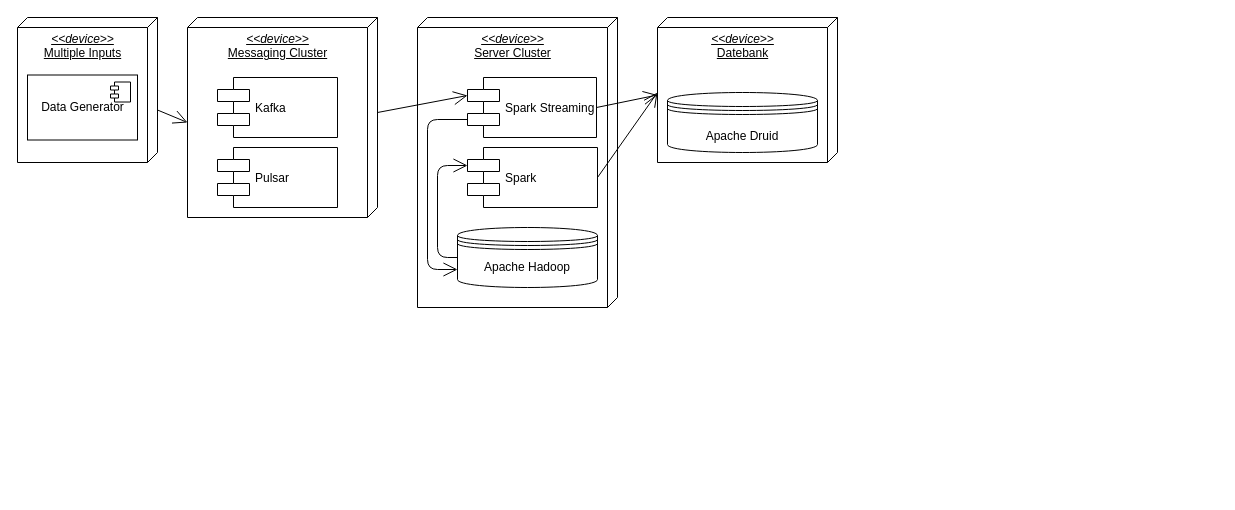
Akardian/lambda-architecture-for-distributed-mobile-sensor keeps this draw.io diagram as images/xml/DeployUMLA.drawio. Above is the earlier version. Source tidied: cells renumbered, new cells numbered last; positions are measured from the earlier drawing's top-left corner, leaving out a move shared by most shapes. Both pictures are drawn from the tidied source at 100%, with x=0, y=0 at pixel (17, 17).
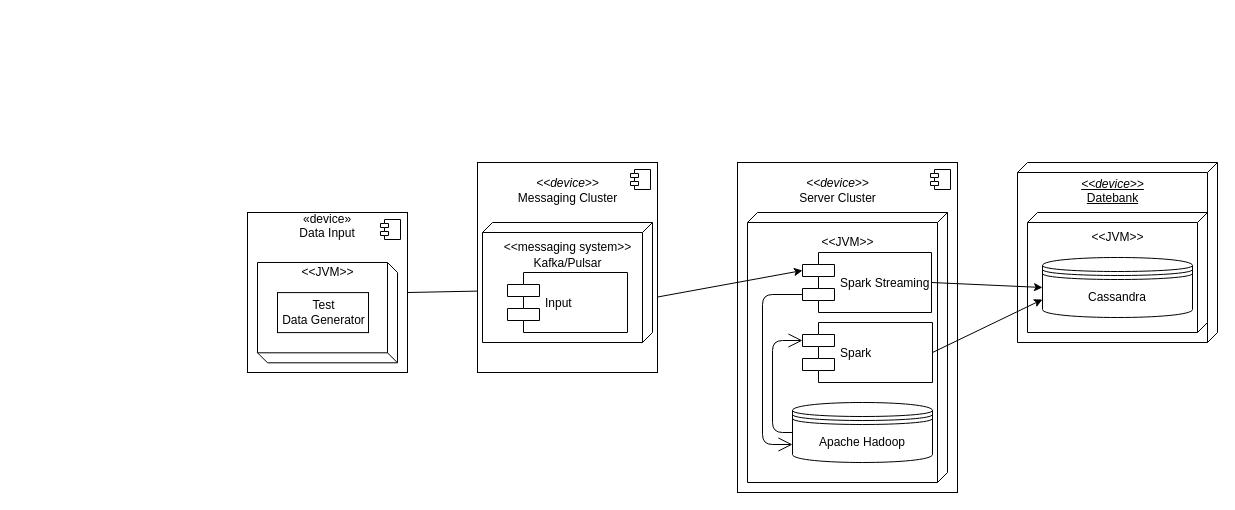
After the change.

Change to the diagram source:
```diff
@@
-    <mxCell id="2" value="&lt;div align=&quot;center&quot;&gt;&lt;i&gt;&amp;lt;&amp;lt;device&amp;gt;&amp;gt;&lt;/i&gt;&lt;/div&gt;&lt;div align=&quot;center&quot;&gt;Messaging Cluster&lt;br&gt;&lt;/div&gt;" style="verticalAlign=top;align=center;spacingTop=8;spacingLeft=2;spacingRight=12;shape=cube;size=10;direction=south;fontStyle=4;html=1;" parent="1" vertex="1">
-      <mxGeometry x="170" width="190" height="200" as="geometry" />
-    </mxCell>
-    <mxCell id="3" value="Kafka" style="shape=component;align=left;spacingLeft=36;" parent="1" vertex="1">
-      <mxGeometry x="200" y="60" width="120" height="60" as="geometry" />
-    </mxCell>
-    <mxCell id="4" value="Pulsar" style="shape=component;align=left;spacingLeft=36;" parent="1" vertex="1">
-      <mxGeometry x="200" y="130" width="120" height="60" as="geometry" />
-    </mxCell>
+    <mxCell id="20" style="group;" parent="1" vertex="1">
+      <mxGeometry x="230" y="195" width="160" height="160" as="geometry" />
+    </mxCell>
+    <mxCell id="21" style="group;" parent="20" vertex="1">
+      <mxGeometry width="160" height="160" as="geometry" />
+    </mxCell>
+    <mxCell id="22" style="html=1;align=center;" parent="21" vertex="1">
+      <mxGeometry width="160" height="160" as="geometry" />
+    </mxCell>
+    <mxCell id="16" style="verticalAlign=top;align=center;spacingTop=8;spacingLeft=2;spacingRight=12;shape=cube;size=10;direction=west;fontStyle=4;html=1;" parent="22" vertex="1">
+      <mxGeometry x="10" y="50" width="140" height="100.3" as="geometry" />
+    </mxCell>
+    <mxCell id="23" style="shape=component;jettyWidth=8;jettyHeight=4;" parent="22" vertex="1">
+      <mxGeometry x="1" width="20" height="20" relative="1" as="geometry">
+        <mxPoint x="-27" y="7" as="offset" />
+      </mxGeometry>
+    </mxCell>
+    <mxCell id="24" value="&amp;lt;&amp;lt;JVM&amp;gt;&amp;gt;" style="text;html=1;align=center;verticalAlign=middle;" parent="22" vertex="1">
+      <mxGeometry x="50" y="50" width="60" height="20" as="geometry" />
+    </mxCell>
+    <mxCell id="25" value="&lt;div&gt;Test &lt;br&gt;&lt;/div&gt;&lt;div&gt;Data Generator&lt;/div&gt;" style="html=1;" parent="22" vertex="1">
+      <mxGeometry x="30" y="80.1" width="91" height="40" as="geometry" />
+    </mxCell>
+    <mxCell id="26" value="«device»&#10;Data Input" style="text;align=center;fontStyle=0;verticalAlign=middle;spacingLeft=3;spacingRight=3;strokeColor=none;" parent="21" vertex="1">
+      <mxGeometry x="30.8" y="5.7" width="98.5" height="14.9" as="geometry" />
+    </mxCell>
+    <mxCell id="27" style="endArrow=none;html=1;exitX=1;exitY=0.5;exitDx=0;exitDy=0;entryX=0;entryY=0.3;entryDx=0;entryDy=0;" parent="1" edge="1" source="22" target="3">
+      <mxGeometry relative="1" as="geometry" />
+    </mxCell>
+    <mxCell id="28" style="group;" parent="1" vertex="1">
+      <mxGeometry x="720" y="145" width="220" height="330" as="geometry" />
+    </mxCell>
+    <mxCell id="29" style="html=1;" parent="28" vertex="1">
+      <mxGeometry width="220" height="330" as="geometry" />
+    </mxCell>
+    <mxCell id="30" style="shape=component;jettyWidth=8;jettyHeight=4;" parent="29" vertex="1">
+      <mxGeometry x="1" width="20" height="20" relative="1" as="geometry">
+        <mxPoint x="-27" y="7" as="offset" />
+      </mxGeometry>
+    </mxCell>
+    <mxCell id="31" value="&lt;div align=&quot;center&quot;&gt;&lt;i&gt;&amp;lt;&amp;lt;device&amp;gt;&amp;gt;&lt;/i&gt;&lt;/div&gt;&lt;div align=&quot;center&quot;&gt;Server Cluster&lt;br&gt;&lt;/div&gt;" style="text;html=1;align=center;verticalAlign=middle;" parent="29" vertex="1">
+      <mxGeometry x="55" y="13.2" width="90" height="30" as="geometry" />
+    </mxCell>
+    <mxCell id="32" style="group;" parent="29" vertex="1">
+      <mxGeometry x="10" y="50" width="200" height="270" as="geometry" />
+    </mxCell>
-    <mxCell id="5" value="&lt;div align=&quot;center&quot;&gt;&lt;i&gt;&amp;lt;&amp;lt;device&amp;gt;&amp;gt;&lt;/i&gt;&lt;/div&gt;&lt;div align=&quot;center&quot;&gt;Server Cluster&lt;br&gt;&lt;/div&gt;" style="verticalAlign=top;align=center;spacingTop=8;spacingLeft=2;spacingRight=12;shape=cube;size=10;direction=south;fontStyle=4;html=1;" parent="1" vertex="1">
-      <mxGeometry x="400" width="200" height="290" as="geometry" />
+    <mxCell id="5" style="verticalAlign=top;align=center;spacingTop=8;spacingLeft=2;spacingRight=12;shape=cube;size=10;direction=south;fontStyle=4;html=1;" parent="32" vertex="1">
+      <mxGeometry width="200" height="270" as="geometry" />
     </mxCell>
-    <mxCell id="6" value="Apache Hadoop" style="shape=datastore;whiteSpace=wrap;html=1;" parent="1" vertex="1">
-      <mxGeometry x="440" y="210" width="140" height="60" as="geometry" />
+    <mxCell id="6" value="Apache Hadoop" style="shape=datastore;whiteSpace=wrap;html=1;" parent="32" vertex="1">
+      <mxGeometry x="45" y="190" width="140" height="60" as="geometry" />
     </mxCell>
-    <mxCell id="7" value="Spark" style="shape=component;align=left;spacingLeft=36;" parent="1" vertex="1">
-      <mxGeometry x="450" y="130" width="130" height="60" as="geometry" />
+    <mxCell id="7" value="Spark" style="shape=component;align=left;spacingLeft=36;" parent="32" vertex="1">
+      <mxGeometry x="55" y="110" width="130" height="60" as="geometry" />
     </mxCell>
-    <mxCell id="8" value="Spark Streaming" style="shape=component;align=left;spacingLeft=36;" parent="1" vertex="1">
-      <mxGeometry x="450" y="60" width="129" height="60" as="geometry" />
+    <mxCell id="8" value="Spark Streaming" style="shape=component;align=left;spacingLeft=36;" parent="32" vertex="1">
+      <mxGeometry x="55" y="40" width="129" height="60" as="geometry" />
     </mxCell>
-    <mxCell id="9" style="endArrow=open;endFill=1;endSize=12;html=1;entryX=0;entryY=0.3;entryDx=0;entryDy=0;exitX=0;exitY=0;exitDx=95;exitDy=0;exitPerimeter=0;" parent="1" edge="1" source="2" target="8">
-      <mxGeometry relative="1" as="geometry" />
-    </mxCell>
-    <mxCell id="10" style="endArrow=open;endFill=1;endSize=12;html=1;exitX=0;exitY=0.7;exitDx=0;exitDy=0;entryX=0;entryY=0.7;entryDx=0;entryDy=0;" parent="1" edge="1" source="8" target="6">
+    <mxCell id="10" style="endArrow=open;endFill=1;endSize=12;html=1;exitX=0;exitY=0.7;exitDx=0;exitDy=0;entryX=0;entryY=0.7;entryDx=0;entryDy=0;" parent="32" edge="1" source="8" target="6">
       <mxGeometry relative="1" as="geometry">
         <Array as="points">
-          <mxPoint x="410" y="102" />
-          <mxPoint x="410" y="252" />
+          <mxPoint x="15" y="82" />
+          <mxPoint x="15" y="232" />
         </Array>
       </mxGeometry>
     </mxCell>
-    <mxCell id="11" style="endArrow=open;endFill=1;endSize=12;html=1;exitX=0;exitY=0.5;exitDx=0;exitDy=0;entryX=0;entryY=0.3;entryDx=0;entryDy=0;" parent="1" edge="1" source="6" target="7">
+    <mxCell id="11" style="endArrow=open;endFill=1;endSize=12;html=1;exitX=0;exitY=0.5;exitDx=0;exitDy=0;entryX=0;entryY=0.3;entryDx=0;entryDy=0;" parent="32" edge="1" source="6" target="7">
       <mxGeometry relative="1" as="geometry">
         <Array as="points">
-          <mxPoint x="420" y="240" />
-          <mxPoint x="420" y="148" />
+          <mxPoint x="25" y="220" />
+          <mxPoint x="25" y="128" />
         </Array>
       </mxGeometry>
     </mxCell>
+    <mxCell id="33" value="&lt;div&gt;&amp;lt;&amp;lt;JVM&amp;gt;&amp;gt;&lt;/div&gt;" style="text;html=1;align=center;verticalAlign=middle;" parent="32" vertex="1">
+      <mxGeometry x="70" y="20" width="60" height="20" as="geometry" />
+    </mxCell>
+    <mxCell id="34" style="group;" parent="1" vertex="1">
+      <mxGeometry x="1000" y="145" width="200" height="180" as="geometry" />
+    </mxCell>
-    <mxCell id="12" value="&lt;div align=&quot;center&quot;&gt;&lt;i&gt;&amp;lt;&amp;lt;device&amp;gt;&amp;gt;&lt;/i&gt;&lt;/div&gt;&lt;div align=&quot;center&quot;&gt;Datebank&lt;br&gt;&lt;/div&gt;" style="verticalAlign=top;align=center;spacingTop=8;spacingLeft=2;spacingRight=12;shape=cube;size=10;direction=south;fontStyle=4;html=1;" parent="1" vertex="1">
-      <mxGeometry x="640" width="180" height="145" as="geometry" />
+    <mxCell id="12" value="&lt;div align=&quot;center&quot;&gt;&lt;i&gt;&amp;lt;&amp;lt;device&amp;gt;&amp;gt;&lt;/i&gt;&lt;/div&gt;&lt;div align=&quot;center&quot;&gt;Datebank&lt;br&gt;&lt;/div&gt;" style="verticalAlign=top;align=center;spacingTop=8;spacingLeft=2;spacingRight=12;shape=cube;size=10;direction=south;fontStyle=4;html=1;" parent="34" vertex="1">
+      <mxGeometry width="200" height="180" as="geometry" />
     </mxCell>
+    <mxCell id="35" style="group;" parent="34" vertex="1">
+      <mxGeometry x="10" y="50" width="180" height="120" as="geometry" />
+    </mxCell>
+    <mxCell id="36" style="group;" parent="35" vertex="1">
+      <mxGeometry width="180" height="120" as="geometry" />
+    </mxCell>
+    <mxCell id="37" style="verticalAlign=top;align=left;spacingTop=8;spacingLeft=2;spacingRight=12;shape=cube;size=10;direction=south;fontStyle=4;html=1;" parent="36" vertex="1">
+      <mxGeometry width="180" height="120" as="geometry" />
+    </mxCell>
+    <mxCell id="38" value="&amp;lt;&amp;lt;JVM&amp;gt;&amp;gt;" style="text;html=1;align=center;verticalAlign=middle;" parent="36" vertex="1">
+      <mxGeometry x="60" y="15" width="60" height="20" as="geometry" />
+    </mxCell>
-    <mxCell id="13" value="&lt;h1 class=&quot;postHeaderTitle&quot;&gt;&lt;font style=&quot;font-size: 12px&quot;&gt;&lt;span style=&quot;font-weight: normal&quot;&gt;Apache Druid&lt;/span&gt;&lt;/font&gt;&lt;/h1&gt;" style="shape=datastore;whiteSpace=wrap;html=1;" parent="1" vertex="1">
-      <mxGeometry x="650" y="75" width="150" height="60" as="geometry" />
+    <mxCell id="13" value="Cassandra" style="shape=datastore;whiteSpace=wrap;html=1;" parent="36" vertex="1">
+      <mxGeometry x="15" y="45" width="150" height="60" as="geometry" />
     </mxCell>
-    <mxCell id="14" style="endArrow=open;endFill=1;endSize=12;html=1;exitX=1;exitY=0.5;exitDx=0;exitDy=0;entryX=0;entryY=0;entryDx=77.5;entryDy=180;entryPerimeter=0;" parent="1" edge="1" source="8" target="12">
-      <mxGeometry relative="1" as="geometry" />
-    </mxCell>
-    <mxCell id="15" style="endArrow=open;endFill=1;endSize=12;html=1;exitX=1;exitY=0.5;exitDx=0;exitDy=0;" parent="1" edge="1" source="7">
-      <mxGeometry relative="1" as="geometry">
-        <mxPoint x="640" y="75" as="targetPoint" />
-      </mxGeometry>
-    </mxCell>
-    <mxCell id="16" value="&lt;div align=&quot;center&quot;&gt;&lt;i&gt;&amp;lt;&amp;lt;device&amp;gt;&amp;gt;&lt;/i&gt;&lt;/div&gt;&lt;div align=&quot;center&quot;&gt;Multiple Inputs&lt;br&gt;&lt;/div&gt;" style="verticalAlign=top;align=center;spacingTop=8;spacingLeft=2;spacingRight=12;shape=cube;size=10;direction=south;fontStyle=4;html=1;" parent="1" vertex="1">
-      <mxGeometry width="140" height="145" as="geometry" />
-    </mxCell>
-    <mxCell id="17" style="endArrow=open;endFill=1;endSize=12;html=1;exitX=0;exitY=0;exitDx=92.5;exitDy=0;exitPerimeter=0;entryX=0;entryY=0;entryDx=105;entryDy=190;entryPerimeter=0;" parent="1" edge="1" source="16" target="2">
-      <mxGeometry relative="1" as="geometry" />
-    </mxCell>
-    <mxCell id="18" value="&lt;div&gt;Data Generator&lt;/div&gt;" style="html=1;" parent="1" vertex="1">
-      <mxGeometry x="10" y="57.5" width="110" height="65" as="geometry" />
-    </mxCell>
-    <mxCell id="19" style="shape=component;jettyWidth=8;jettyHeight=4;" parent="18" vertex="1">
-      <mxGeometry x="1" width="20" height="20" relative="1" as="geometry">
-        <mxPoint x="-27" y="7" as="offset" />
-      </mxGeometry>
-    </mxCell>
+    <mxCell id="39" style="endArrow=classic;html=1;exitX=1;exitY=0.5;exitDx=0;exitDy=0;entryX=0;entryY=0.3;entryDx=0;entryDy=0;" parent="1" edge="1" source="3" target="8">
+      <mxGeometry relative="1" as="geometry" />
+    </mxCell>
+    <mxCell id="40" style="endArrow=classic;html=1;exitX=1;exitY=0.5;exitDx=0;exitDy=0;entryX=0;entryY=0.5;entryDx=0;entryDy=0;" parent="1" edge="1" source="8" target="13">
+      <mxGeometry relative="1" as="geometry" />
+    </mxCell>
+    <mxCell id="41" style="html=1;" parent="1" vertex="1">
+      <mxGeometry x="460" y="145" width="180" height="210" as="geometry" />
+    </mxCell>
+    <mxCell id="2" style="verticalAlign=top;align=center;spacingTop=8;spacingLeft=2;spacingRight=12;shape=cube;size=10;direction=south;fontStyle=4;html=1;" parent="41" vertex="1">
+      <mxGeometry x="5" y="60" width="170" height="120" as="geometry" />
+    </mxCell>
+    <mxCell id="42" style="shape=component;jettyWidth=8;jettyHeight=4;" parent="41" vertex="1">
+      <mxGeometry x="1" width="20" height="20" relative="1" as="geometry">
+        <mxPoint x="-27" y="7" as="offset" />
+      </mxGeometry>
+    </mxCell>
+    <mxCell id="43" value="&lt;div align=&quot;center&quot;&gt;&lt;i&gt;&amp;lt;&amp;lt;device&amp;gt;&amp;gt;&lt;/i&gt;&lt;/div&gt;&lt;div align=&quot;center&quot;&gt;Messaging Cluster&lt;br&gt;&lt;/div&gt;" style="text;html=1;align=center;verticalAlign=middle;" parent="41" vertex="1">
+      <mxGeometry x="35" y="13.1" width="110" height="30" as="geometry" />
+    </mxCell>
+    <mxCell id="44" value="&lt;h2 class=&quot;projectTitle&quot; style=&quot;max-width: 1024px ; margin: auto&quot;&gt;&lt;font style=&quot;font-size: 12px&quot;&gt;&lt;span style=&quot;font-weight: normal&quot;&gt;&amp;lt;&amp;lt;messaging system&amp;gt;&amp;gt;&lt;/span&gt;&lt;/font&gt;&lt;/h2&gt;&lt;div&gt;Kafka/Pulsar&lt;br&gt;&lt;/div&gt;" style="text;html=1;align=center;verticalAlign=middle;" parent="41" vertex="1">
+      <mxGeometry x="20" y="70" width="140" height="40" as="geometry" />
+    </mxCell>
+    <mxCell id="3" value="Input" style="shape=component;align=left;spacingLeft=36;" parent="41" vertex="1">
+      <mxGeometry x="30" y="110" width="120" height="60" as="geometry" />
+    </mxCell>
+    <mxCell id="45" style="endArrow=classic;html=1;exitX=1;exitY=0.5;exitDx=0;exitDy=0;entryX=0;entryY=0.7;entryDx=0;entryDy=0;" parent="1" edge="1" source="7" target="13">
+      <mxGeometry relative="1" as="geometry" />
+    </mxCell>
```
